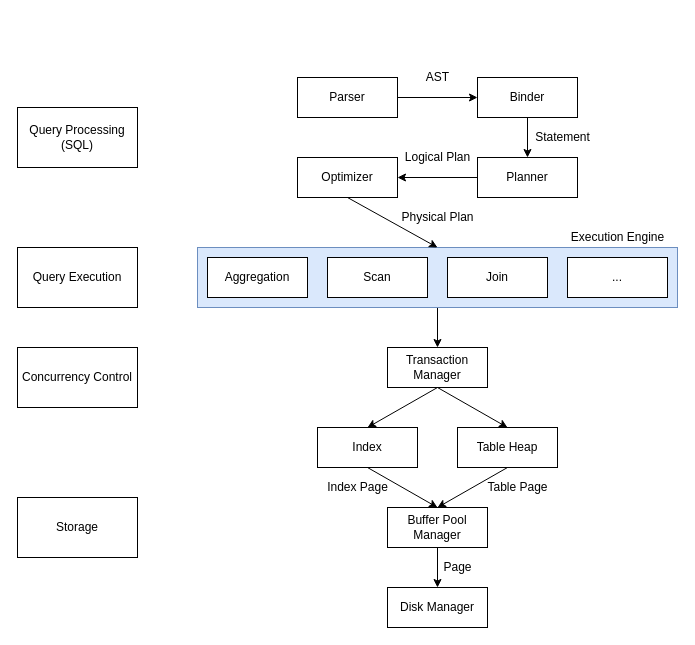
Above: docs/tinysql-architecture.drawio in systemxlabs/bustubx (draw.io), before the change. Source tidied: cells renumbered, new cells numbered last; positions are measured from the earlier drawing's top-left corner, leaving out a move shared by most shapes. Both pictures are drawn from the tidied source at 100%, with x=0, y=0 at pixel (17, 67).
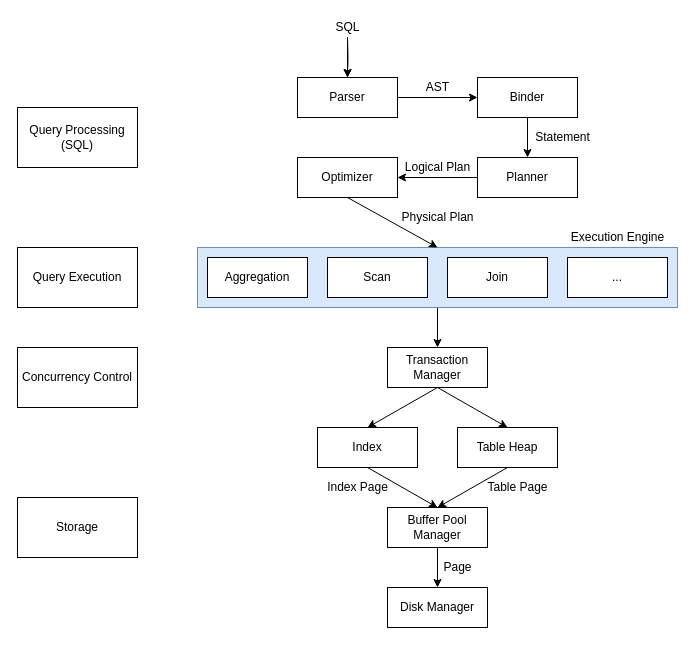
After the change.

The change refers to these unchanged cells:
```xml
<mxCell id="5" value="Parser" style="rounded=0;whiteSpace=wrap;html=1;" parent="1" vertex="1">
  <mxGeometry x="280" y="10" width="100" height="40" as="geometry" />
</mxCell>
```

What changed in the source:
```diff
@@
     <mxCell id="8" value="AST" style="text;html=1;align=center;verticalAlign=middle;strokeColor=none;" parent="1" vertex="1">
-      <mxGeometry x="400" width="40" height="20" as="geometry" />
+      <mxGeometry x="400" y="10" width="40" height="20" as="geometry" />
     </mxCell>
@@
     <mxCell id="13" value="Logical Plan" style="text;html=1;align=center;verticalAlign=middle;strokeColor=none;" parent="1" vertex="1">
-      <mxGeometry x="380" y="80" width="80" height="20" as="geometry" />
+      <mxGeometry x="380" y="90" width="80" height="20" as="geometry" />
     </mxCell>
@@
+    <mxCell id="38" style="endArrow=classic;html=1;entryX=0.5;entryY=0;entryDx=0;entryDy=0;" parent="1" edge="1" target="5">
+      <mxGeometry relative="1" as="geometry">
+        <mxPoint x="330" y="-30" as="sourcePoint" />
+      </mxGeometry>
+    </mxCell>
+    <mxCell id="39" style="edgeStyle=orthogonalEdgeStyle;rounded=0;jettySize=auto;html=1;" parent="1" edge="1" target="5">
+      <mxGeometry relative="1" as="geometry">
+        <mxPoint x="330" y="-30" as="sourcePoint" />
+      </mxGeometry>
+    </mxCell>
+    <mxCell id="40" value="SQL" style="text;html=1;align=center;verticalAlign=middle;strokeColor=none;" parent="1" vertex="1">
+      <mxGeometry x="310" y="-50" width="40" height="20" as="geometry" />
+    </mxCell>
```
